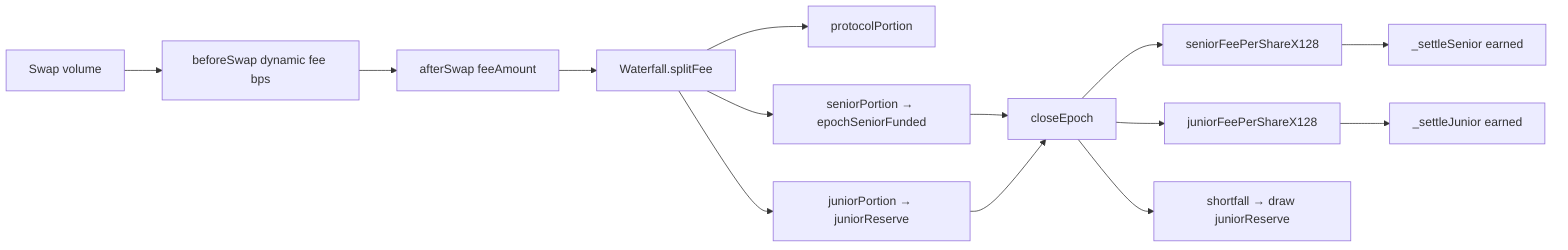
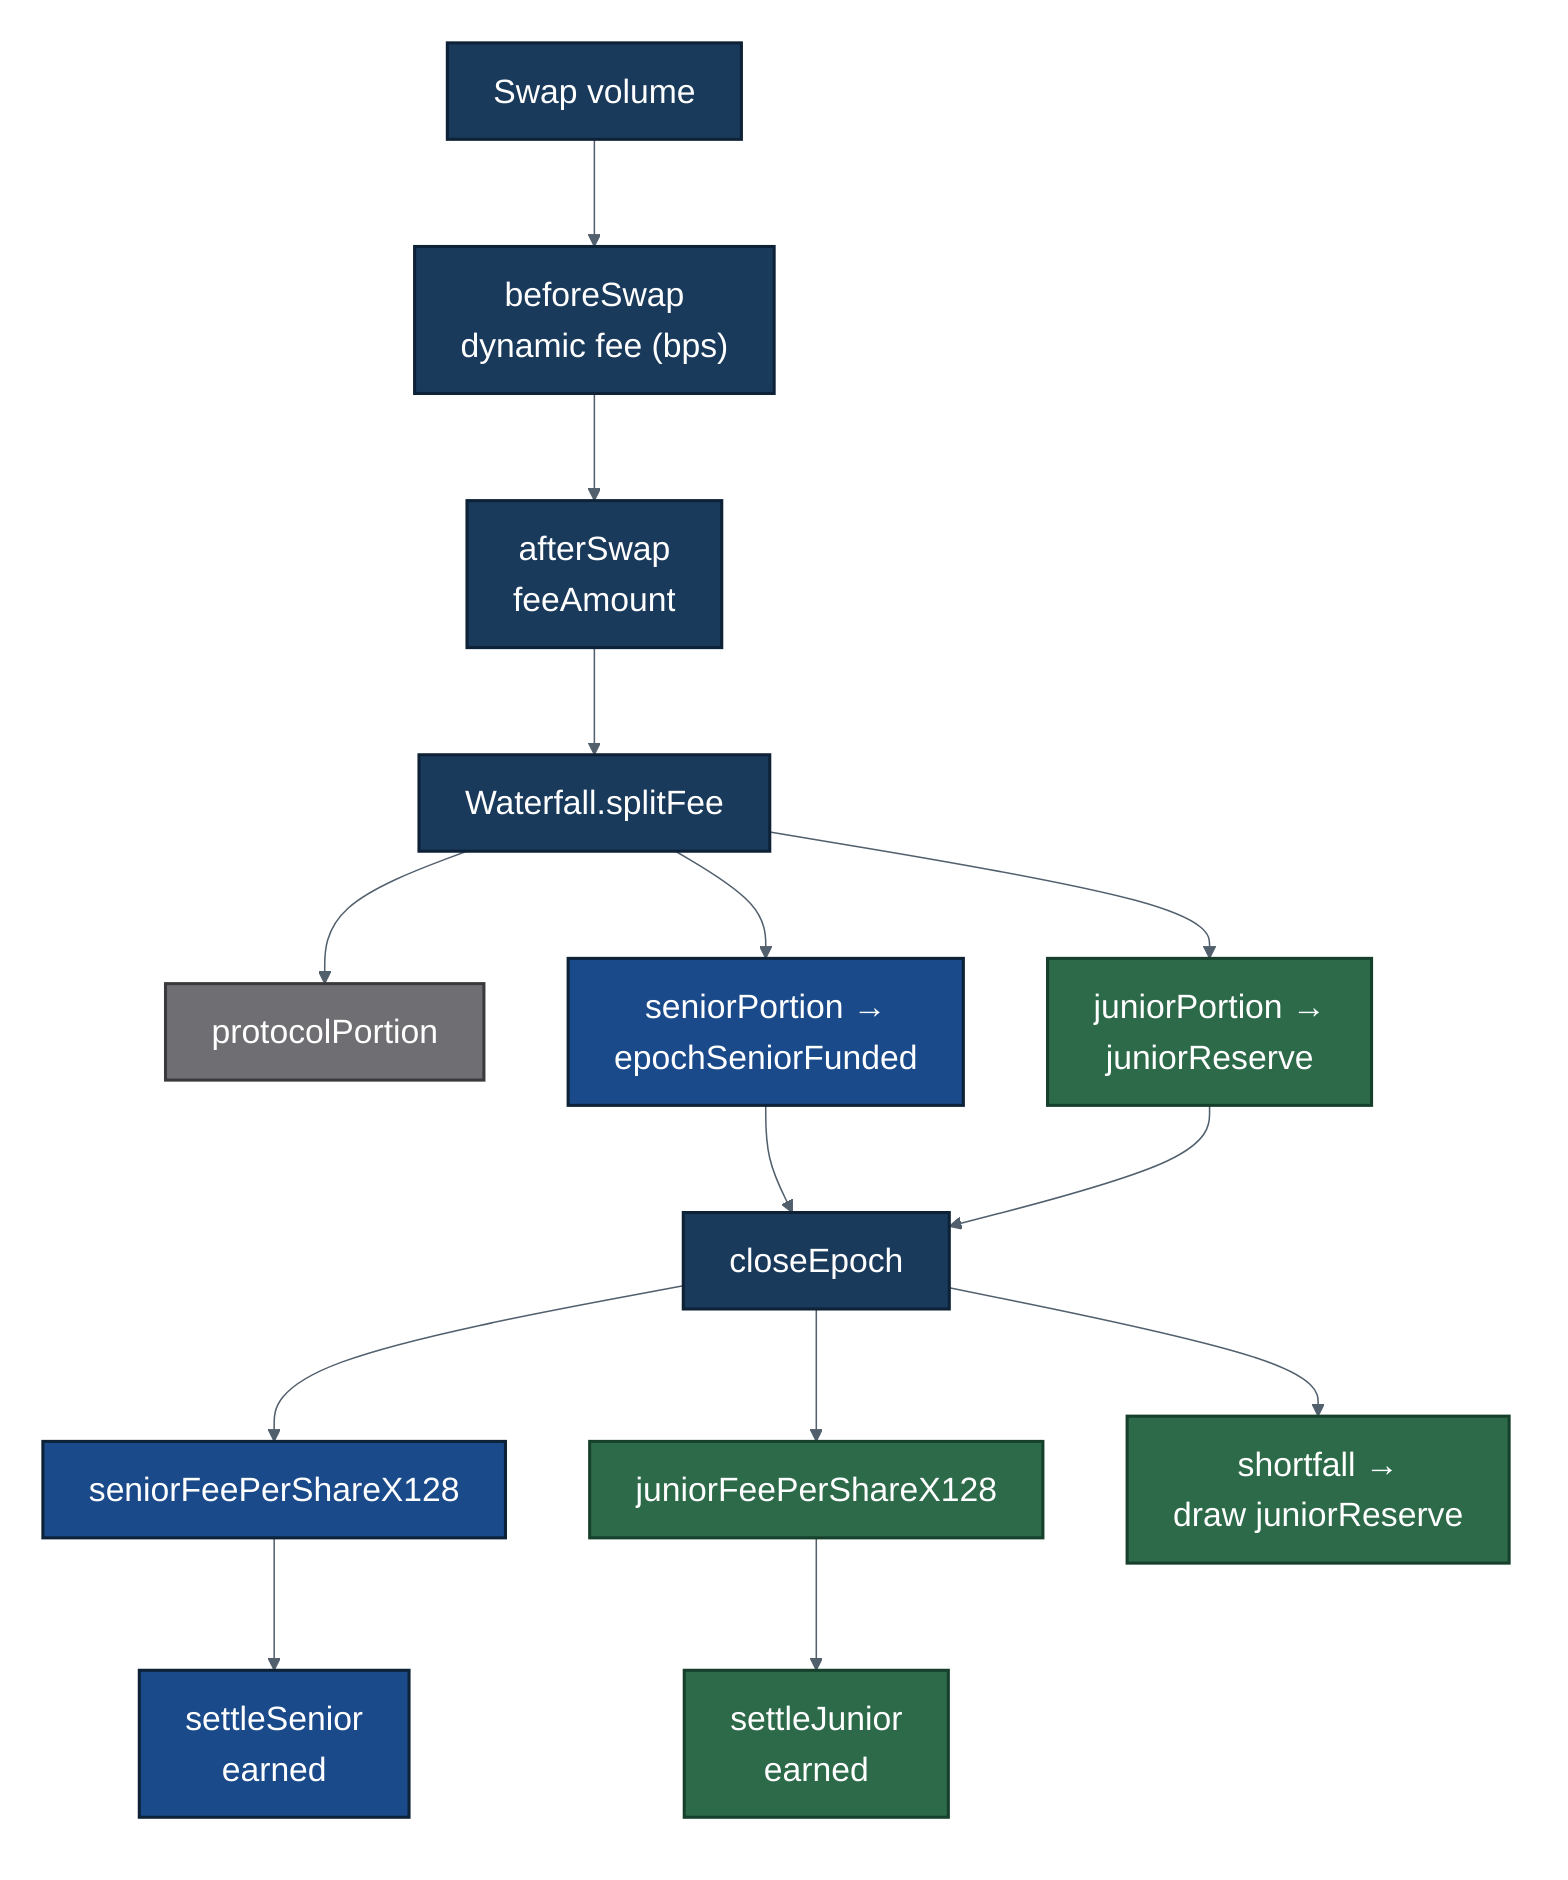
%% Swap fee → epoch → tranche attribution
- flowchart LR
-     S[Swap volume] --> F[beforeSwap dynamic fee bps]
-     F --> A[afterSwap feeAmount]
-     A --> W[Waterfall.splitFee]
-     W --> P[protocolPortion]
-     W --> SN[seniorPortion → epochSeniorFunded]
-     W --> JU[juniorPortion → juniorReserve]
+ %% render: mmdc -i fee-waterfall.mmd -o ../svg/fee-waterfall.svg -b transparent --scale 2
+ %%{init: {'theme':'base','themeVariables':{'fontSize':'22px','fontFamily':'Helvetica','primaryColor':'#eef4ff','primaryBorderColor':'#1a3a5c','primaryTextColor':'#10202e','lineColor':'#52606d'},'flowchart':{'diagramPadding':28,'nodeSpacing':55,'rankSpacing':70,'subGraphTitleMargin':{'top':8,'bottom':16},'useMaxWidth':true,'htmlLabels':true}}}%%
+ flowchart TB
+     S["Swap volume"] --> F["beforeSwap<br/>dynamic fee (bps)"]
+     F --> A["afterSwap<br/>feeAmount"]
+     A --> W["Waterfall.splitFee"]

-     SN --> CE[closeEpoch]
+     W --> P["protocolPortion"]
+     W --> SN["seniorPortion →<br/>epochSeniorFunded"]
+     W --> JU["juniorPortion →<br/>juniorReserve"]
+ 
+     SN --> CE["closeEpoch"]
    JU --> CE
-     CE --> SF[seniorFeePerShareX128]
-     CE --> JF[juniorFeePerShareX128]
-     CE --> SH[shortfall → draw juniorReserve]
+     CE --> SF["seniorFeePerShareX128"]
+     CE --> JF["juniorFeePerShareX128"]
+     CE --> SH["shortfall →<br/>draw juniorReserve"]

-     SF --> SET[_settleSenior earned]
-     JF --> SET2[_settleJunior earned]
+     SF --> SET["settleSenior<br/>earned"]
+     JF --> SET2["settleJunior<br/>earned"]
+ 
+     classDef stage fill:#1a3a5c,color:#ffffff,stroke:#0d2137,stroke-width:2px
+     classDef senior fill:#1a4a8a,color:#ffffff,stroke:#0d2137,stroke-width:2px
+     classDef junior fill:#2d6a4a,color:#ffffff,stroke:#16402c,stroke-width:2px
+     classDef proto fill:#6e6e73,color:#ffffff,stroke:#3a3a3d,stroke-width:2px
+ 
+     class S,F,A,W,CE stage
+     class SN,SF,SET senior
+     class JU,JF,SET2,SH junior
+     class P proto
